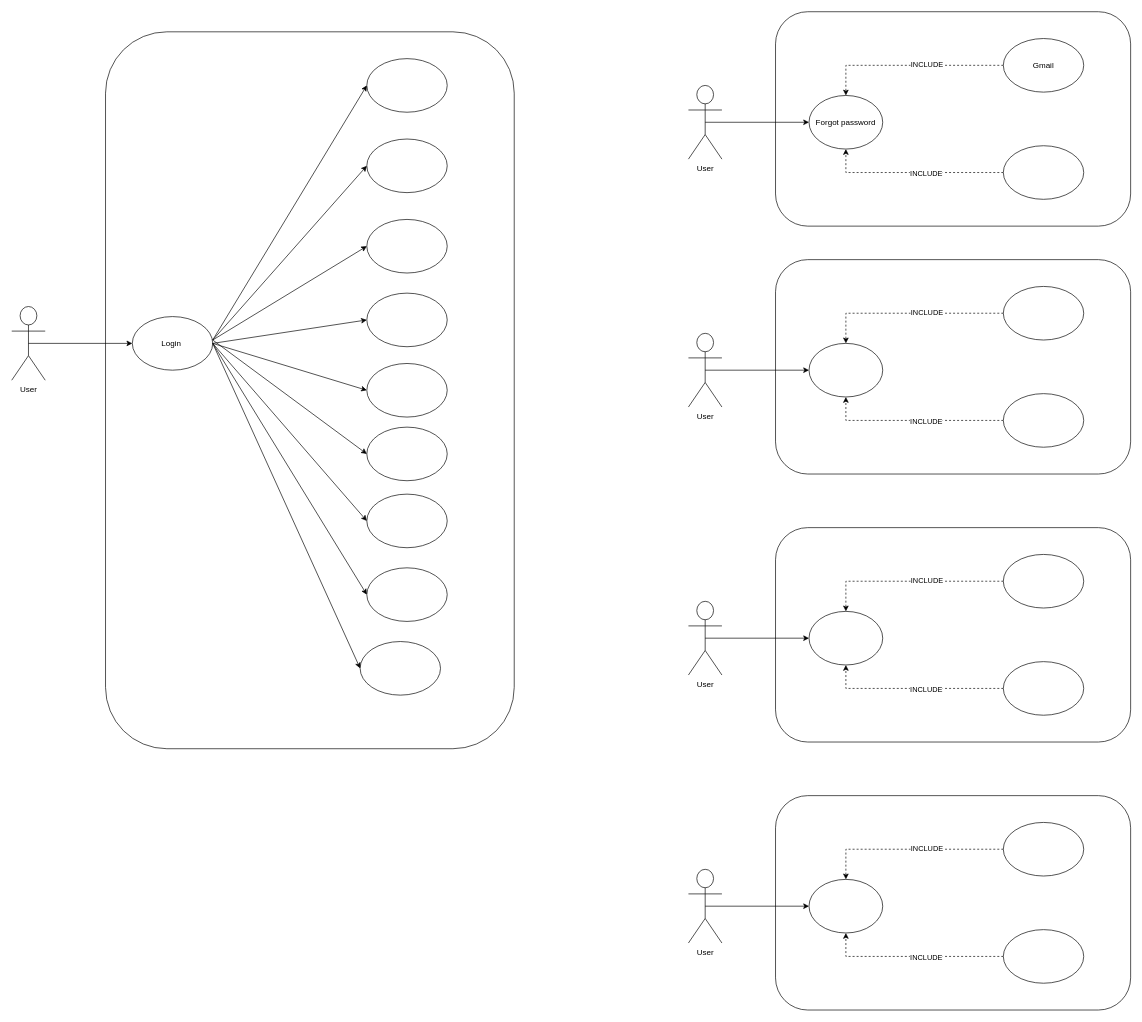
Before: Untitled Diagram.drawio in Mewww2k4/Project, a draw.io diagram. Source tidied: cells renumbered, new cells numbered last; positions are measured from the earlier drawing's top-left corner, leaving out a move shared by most shapes. Both pictures are drawn from the tidied source at 67%, with x=0, y=0 at pixel (11, 11).
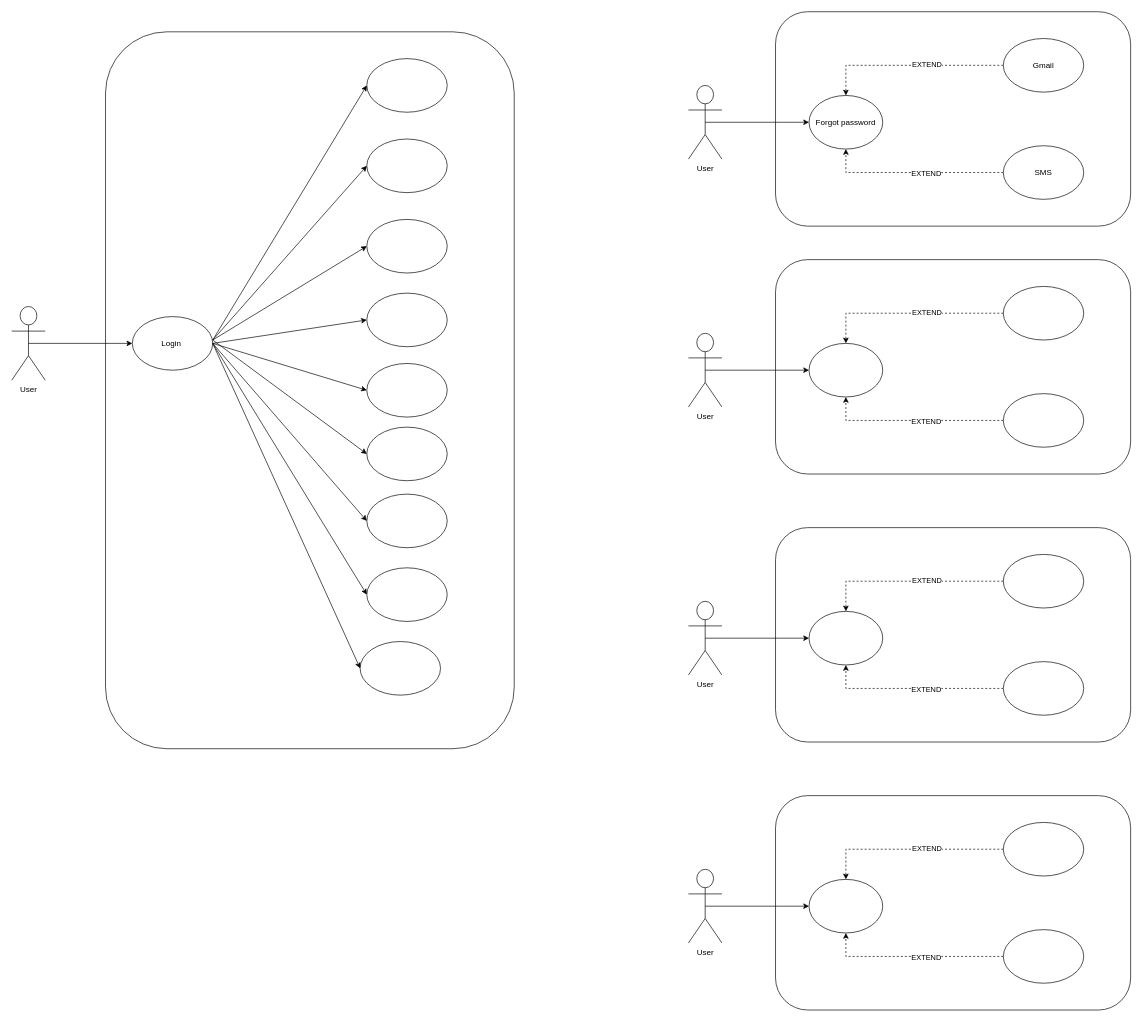
The same page after the edit.

Unchanged cells that the change refers to:
```xml
<mxCell id="15" style="endArrow=classic;html=1;rounded=0;dashed=1;entryX=0.5;entryY=0;entryDx=0;entryDy=0;exitX=0;exitY=0.5;exitDx=0;exitDy=0;" parent="1" edge="1" source="18" target="11">
  <mxGeometry relative="1" as="geometry">
    <Array as="points">
      <mxPoint x="1245" y="80" />
    </Array>
  </mxGeometry>
</mxCell>
<mxCell id="19" style="endArrow=classic;html=1;rounded=0;dashed=1;entryX=0.5;entryY=1;entryDx=0;entryDy=0;exitX=0;exitY=0.5;exitDx=0;exitDy=0;" parent="1" edge="1" source="22" target="11">
  <mxGeometry relative="1" as="geometry">
    <Array as="points">
      <mxPoint x="1245" y="240" />
    </Array>
  </mxGeometry>
</mxCell>
<mxCell id="32" style="endArrow=classic;html=1;rounded=0;dashed=1;entryX=0.5;entryY=0;entryDx=0;entryDy=0;exitX=0;exitY=0.5;exitDx=0;exitDy=0;" parent="1" edge="1" source="35" target="28">
  <mxGeometry relative="1" as="geometry">
    <Array as="points">
      <mxPoint x="1245" y="450" />
    </Array>
  </mxGeometry>
</mxCell>
<mxCell id="37" style="endArrow=classic;html=1;rounded=0;dashed=1;entryX=0.5;entryY=1;entryDx=0;entryDy=0;exitX=0;exitY=0.5;exitDx=0;exitDy=0;" parent="1" edge="1" source="40" target="28">
  <mxGeometry relative="1" as="geometry">
    <Array as="points">
      <mxPoint x="1245" y="610" />
    </Array>
  </mxGeometry>
</mxCell>
<mxCell id="48" style="endArrow=classic;html=1;rounded=0;dashed=1;entryX=0.5;entryY=0;entryDx=0;entryDy=0;exitX=0;exitY=0.5;exitDx=0;exitDy=0;" parent="1" edge="1" source="50" target="46">
  <mxGeometry relative="1" as="geometry">
    <Array as="points">
      <mxPoint x="1245" y="850" />
    </Array>
  </mxGeometry>
</mxCell>
<mxCell id="51" style="endArrow=classic;html=1;rounded=0;dashed=1;entryX=0.5;entryY=1;entryDx=0;entryDy=0;exitX=0;exitY=0.5;exitDx=0;exitDy=0;" parent="1" edge="1" source="53" target="46">
  <mxGeometry relative="1" as="geometry">
    <Array as="points">
      <mxPoint x="1245" y="1010" />
    </Array>
  </mxGeometry>
</mxCell>
<mxCell id="58" style="endArrow=classic;html=1;rounded=0;dashed=1;entryX=0.5;entryY=0;entryDx=0;entryDy=0;exitX=0;exitY=0.5;exitDx=0;exitDy=0;" parent="1" edge="1" source="60" target="56">
  <mxGeometry relative="1" as="geometry">
    <Array as="points">
      <mxPoint x="1245" y="1250" />
    </Array>
  </mxGeometry>
</mxCell>
<mxCell id="61" style="endArrow=classic;html=1;rounded=0;dashed=1;entryX=0.5;entryY=1;entryDx=0;entryDy=0;exitX=0;exitY=0.5;exitDx=0;exitDy=0;" parent="1" edge="1" source="63" target="56">
  <mxGeometry relative="1" as="geometry">
    <Array as="points">
      <mxPoint x="1245" y="1410" />
    </Array>
  </mxGeometry>
</mxCell>
```

The edit, as a diff of the source:
```diff
@@
-    <mxCell id="16" value="INCLUDE" style="edgeLabel;html=1;align=center;verticalAlign=middle;" parent="15" vertex="1">
+    <mxCell id="16" value="EXTEND" style="edgeLabel;html=1;align=center;verticalAlign=middle;" parent="15" vertex="1">
       <mxGeometry x="-0.18" y="-2" relative="1" as="geometry" />
     </mxCell>
@@
-    <mxCell id="20" value="INCLUDE" style="edgeLabel;html=1;align=center;verticalAlign=middle;" parent="19" vertex="1">
+    <mxCell id="20" value="EXTEND" style="edgeLabel;html=1;align=center;verticalAlign=middle;" parent="19" vertex="1">
       <mxGeometry x="-0.14" y="1" relative="1" as="geometry" />
     </mxCell>
@@
-    <mxCell id="22" style="ellipse;whiteSpace=wrap;html=1;" parent="1" vertex="1">
+    <mxCell id="22" value="SMS" style="ellipse;whiteSpace=wrap;html=1;" parent="1" vertex="1">
       <mxGeometry x="1480" y="200" width="120" height="80" as="geometry" />
     </mxCell>
@@
-    <mxCell id="33" value="INCLUDE" style="edgeLabel;html=1;align=center;verticalAlign=middle;" parent="32" vertex="1">
+    <mxCell id="33" value="EXTEND" style="edgeLabel;html=1;align=center;verticalAlign=middle;" parent="32" vertex="1">
       <mxGeometry x="-0.18" y="-2" relative="1" as="geometry" />
     </mxCell>
@@
-    <mxCell id="38" value="INCLUDE" style="edgeLabel;html=1;align=center;verticalAlign=middle;" parent="37" vertex="1">
+    <mxCell id="38" value="EXTEND" style="edgeLabel;html=1;align=center;verticalAlign=middle;" parent="37" vertex="1">
       <mxGeometry x="-0.14" y="1" relative="1" as="geometry" />
     </mxCell>
@@
-    <mxCell id="49" value="INCLUDE" style="edgeLabel;html=1;align=center;verticalAlign=middle;" parent="48" vertex="1">
+    <mxCell id="49" value="EXTEND" style="edgeLabel;html=1;align=center;verticalAlign=middle;" parent="48" vertex="1">
       <mxGeometry x="-0.18" y="-2" relative="1" as="geometry" />
     </mxCell>
@@
-    <mxCell id="52" value="INCLUDE" style="edgeLabel;html=1;align=center;verticalAlign=middle;" parent="51" vertex="1">
+    <mxCell id="52" value="EXTEND" style="edgeLabel;html=1;align=center;verticalAlign=middle;" parent="51" vertex="1">
       <mxGeometry x="-0.14" y="1" relative="1" as="geometry" />
     </mxCell>
@@
-    <mxCell id="59" value="INCLUDE" style="edgeLabel;html=1;align=center;verticalAlign=middle;" parent="58" vertex="1">
+    <mxCell id="59" value="EXTEND" style="edgeLabel;html=1;align=center;verticalAlign=middle;" parent="58" vertex="1">
       <mxGeometry x="-0.18" y="-2" relative="1" as="geometry" />
     </mxCell>
@@
-    <mxCell id="62" value="INCLUDE" style="edgeLabel;html=1;align=center;verticalAlign=middle;" parent="61" vertex="1">
+    <mxCell id="62" value="EXTEND" style="edgeLabel;html=1;align=center;verticalAlign=middle;" parent="61" vertex="1">
       <mxGeometry x="-0.14" y="1" relative="1" as="geometry" />
     </mxCell>
```
